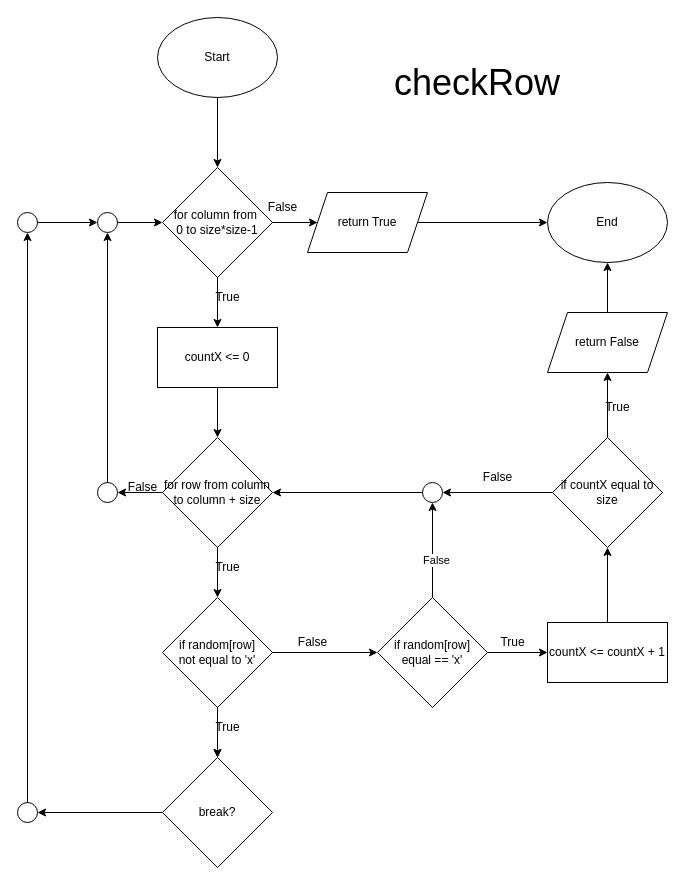
Earlier version of the draw.io diagram page "checkRow" (3 of 9) of flowchart.drawio (NCCHANG/Assignment_T2220). Source tidied: cells renumbered, new cells numbered last; positions are measured from the earlier drawing's top-left corner, leaving out a move shared by most shapes. Both pictures are drawn from the tidied source at 100%, with x=0, y=0 at pixel (17, 17).
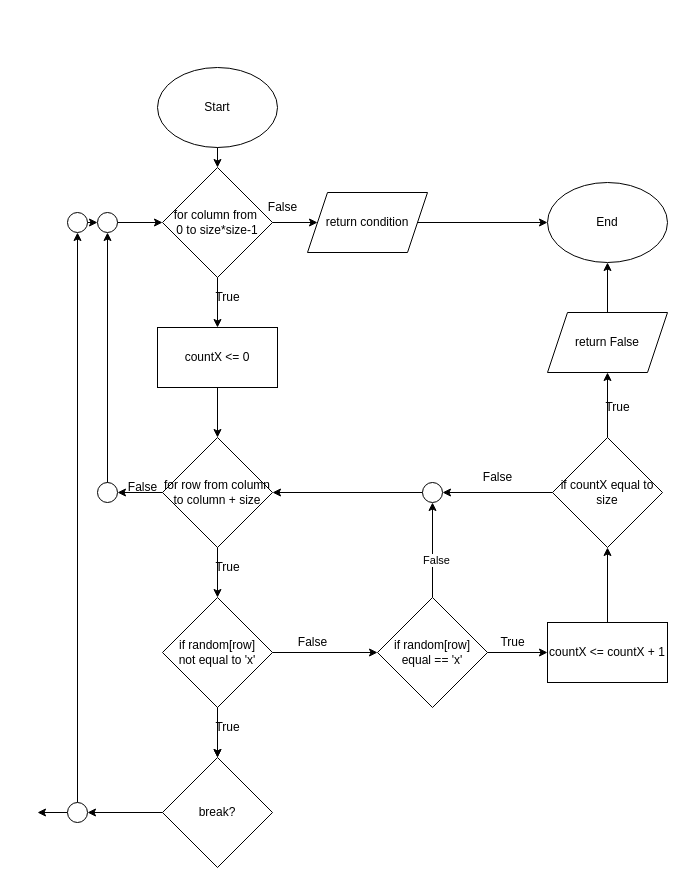
The same page after the edit.

Unchanged cells that the change refers to:
```xml
<mxCell id="14" value="break?" style="rhombus;whiteSpace=wrap;html=1;" parent="1" vertex="1">
  <mxGeometry x="145" y="740" width="110" height="110" as="geometry" />
</mxCell>
```

What changed in the source:
```diff
@@
     <mxCell id="2" value="Start" style="ellipse;whiteSpace=wrap;html=1;" parent="1" vertex="1">
-      <mxGeometry x="140" width="120" height="80" as="geometry" />
+      <mxGeometry x="140" y="50" width="120" height="80" as="geometry" />
     </mxCell>
@@
-    <mxCell id="27" value="return True" style="shape=parallelogram;perimeter=parallelogramPerimeter;whiteSpace=wrap;html=1;fixedSize=1;" parent="1" vertex="1">
+    <mxCell id="27" value="return condition" style="shape=parallelogram;perimeter=parallelogramPerimeter;whiteSpace=wrap;html=1;fixedSize=1;" parent="1" vertex="1">
       <mxGeometry x="290" y="175" width="120" height="60" as="geometry" />
     </mxCell>
@@
-    <mxCell id="35" style="endArrow=classic;html=1;rounded=0;exitX=0;exitY=0.5;exitDx=0;exitDy=0;" parent="1" edge="1" source="14">
+    <mxCell id="35" style="endArrow=classic;html=1;rounded=0;exitX=0;exitY=0.5;exitDx=0;exitDy=0;" parent="1" edge="1" source="36">
       <mxGeometry relative="1" as="geometry">
         <mxPoint x="20" y="795" as="targetPoint" />
       </mxGeometry>
     </mxCell>
-    <mxCell id="36" style="ellipse;whiteSpace=wrap;html=1;" parent="1" vertex="1">
-      <mxGeometry y="785" width="20" height="20" as="geometry" />
-    </mxCell>
@@
     <mxCell id="38" style="ellipse;whiteSpace=wrap;html=1;" parent="1" vertex="1">
-      <mxGeometry y="195" width="20" height="20" as="geometry" />
+      <mxGeometry x="50" y="195" width="20" height="20" as="geometry" />
     </mxCell>
@@
-    <mxCell id="51" value="&lt;font style=&quot;font-size: 36px;&quot;&gt;checkRow&lt;/font&gt;" style="text;html=1;strokeColor=none;fillColor=none;align=center;verticalAlign=middle;whiteSpace=wrap;rounded=0;" parent="1" vertex="1">
-      <mxGeometry x="430" y="50" width="60" height="30" as="geometry" />
-    </mxCell>
+    <mxCell id="52" style="endArrow=classic;html=1;rounded=0;exitX=0;exitY=0.5;exitDx=0;exitDy=0;" parent="1" edge="1" source="14" target="36">
+      <mxGeometry relative="1" as="geometry" />
+    </mxCell>
+    <mxCell id="36" style="ellipse;whiteSpace=wrap;html=1;" parent="1" vertex="1">
+      <mxGeometry x="50" y="785" width="20" height="20" as="geometry" />
+    </mxCell>
```
